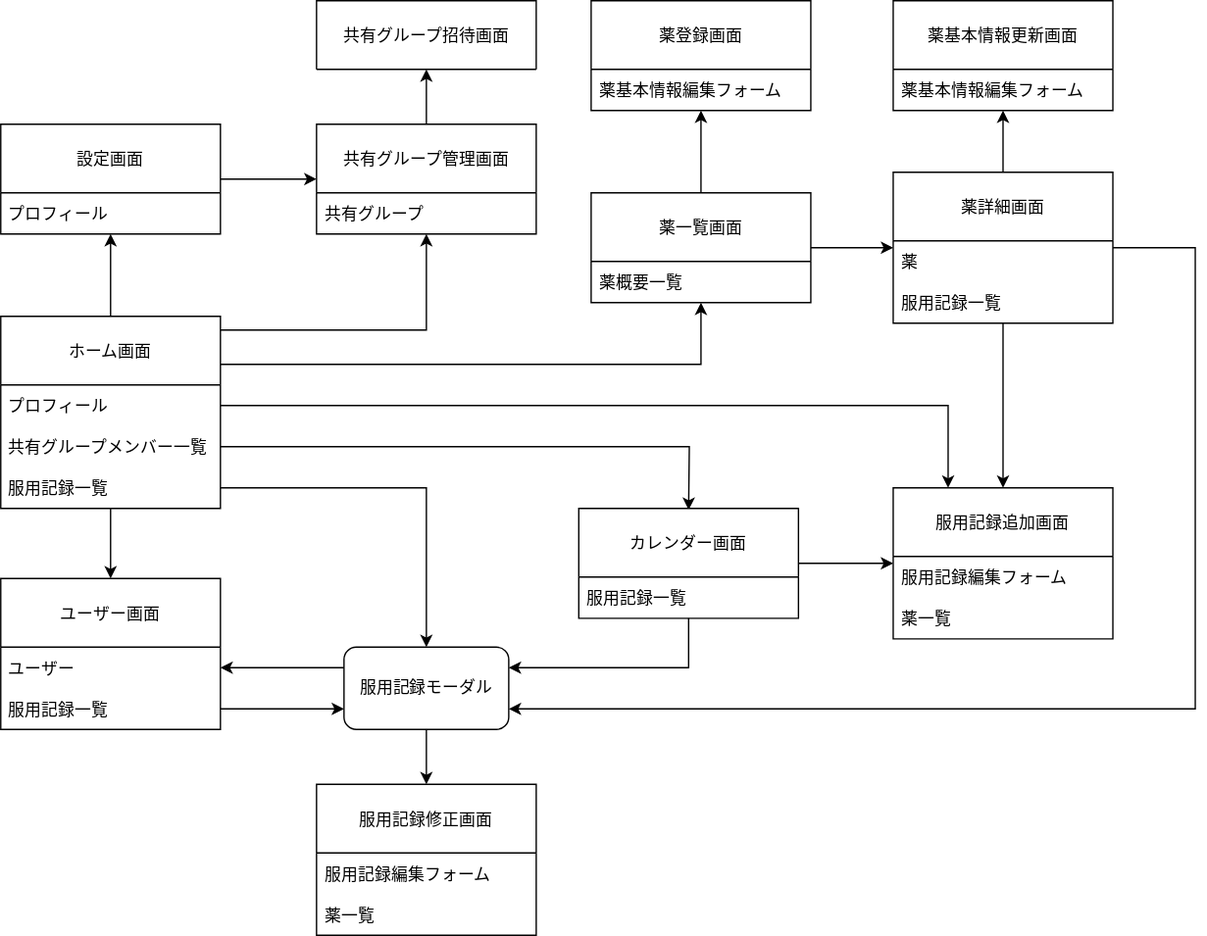
Before: docs/screen-transition-map.svg, a diagram exported from draw.io (hiroe-mkk/medicine-diary-webapp). Source tidied: cells renumbered, new cells last; positions are measured from the earlier drawing's top-left corner, leaving out a move shared by most shapes.
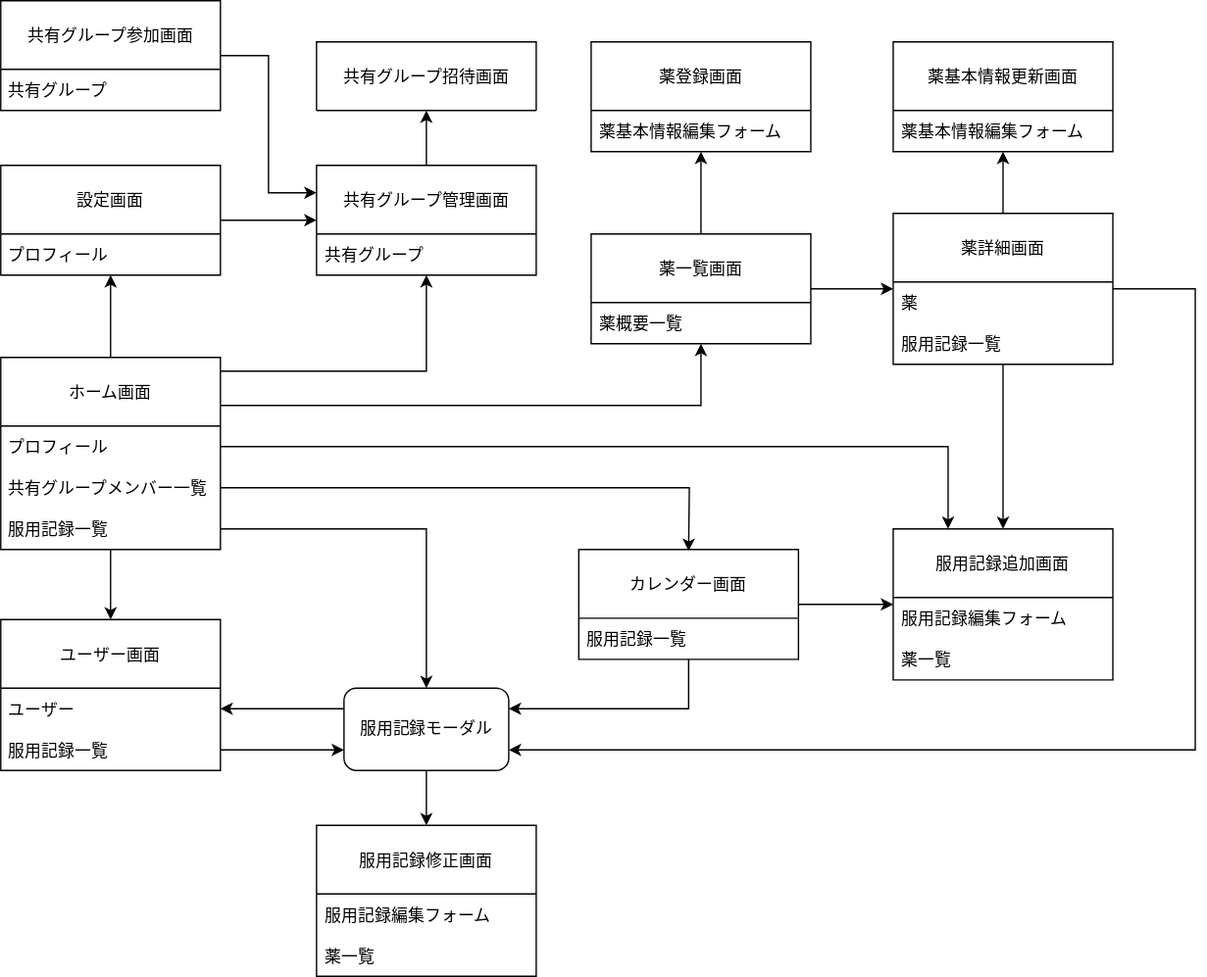
After the commit.

The edit, as a diff of the source:
```diff
@@ -172,5 +172,14 @@
     <mxCell id="50" style="rounded=0;jettySize=auto;html=1;" parent="1" edge="1" source="17" target="49">
       <mxGeometry relative="1" as="geometry" />
     </mxCell>
+    <mxCell id="51" style="edgeStyle=orthogonalEdgeStyle;rounded=0;jettySize=auto;html=1;entryX=0;entryY=0.25;entryDx=0;entryDy=0;" parent="1" edge="1" source="52" target="17">
+      <mxGeometry relative="1" as="geometry" />
+    </mxCell>
+    <mxCell id="52" value="共有グループ参加画面" style="swimlane;fontStyle=0;horizontal=1;startSize=50;" parent="1" vertex="1">
+      <mxGeometry y="-30" width="160" height="80" as="geometry" />
+    </mxCell>
+    <mxCell id="53" value="共有グループ" style="text;strokeColor=none;fillColor=none;align=left;verticalAlign=middle;spacingLeft=4;spacingRight=4;overflow=hidden;" parent="52" vertex="1">
+      <mxGeometry y="50" width="160" height="30" as="geometry" />
+    </mxCell>
   </root>
 </mxGraphModel>
```
